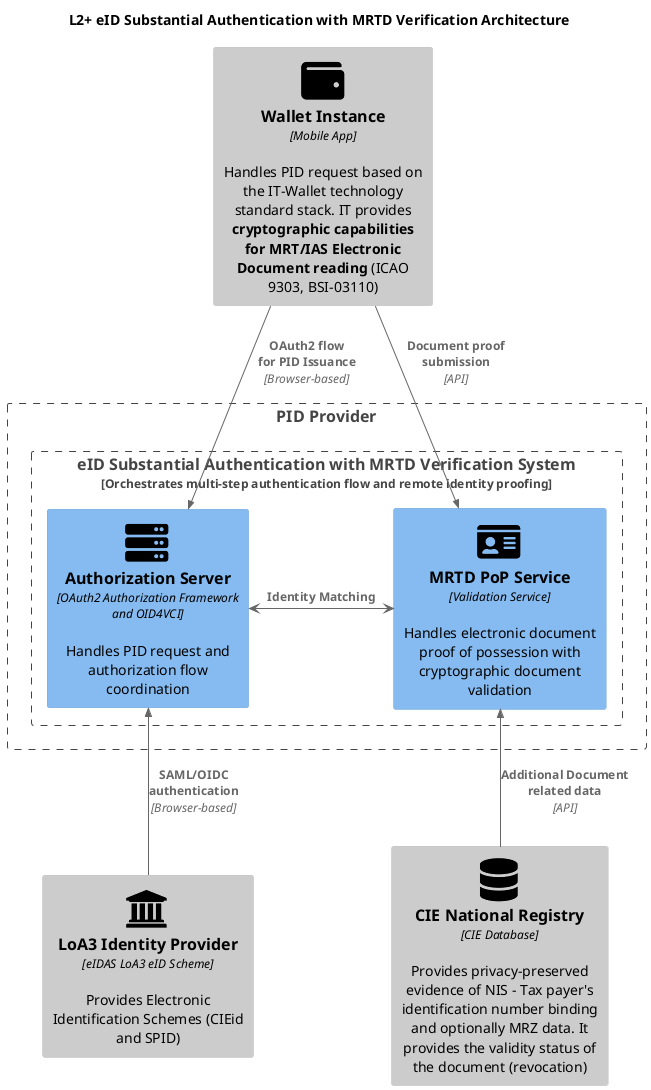
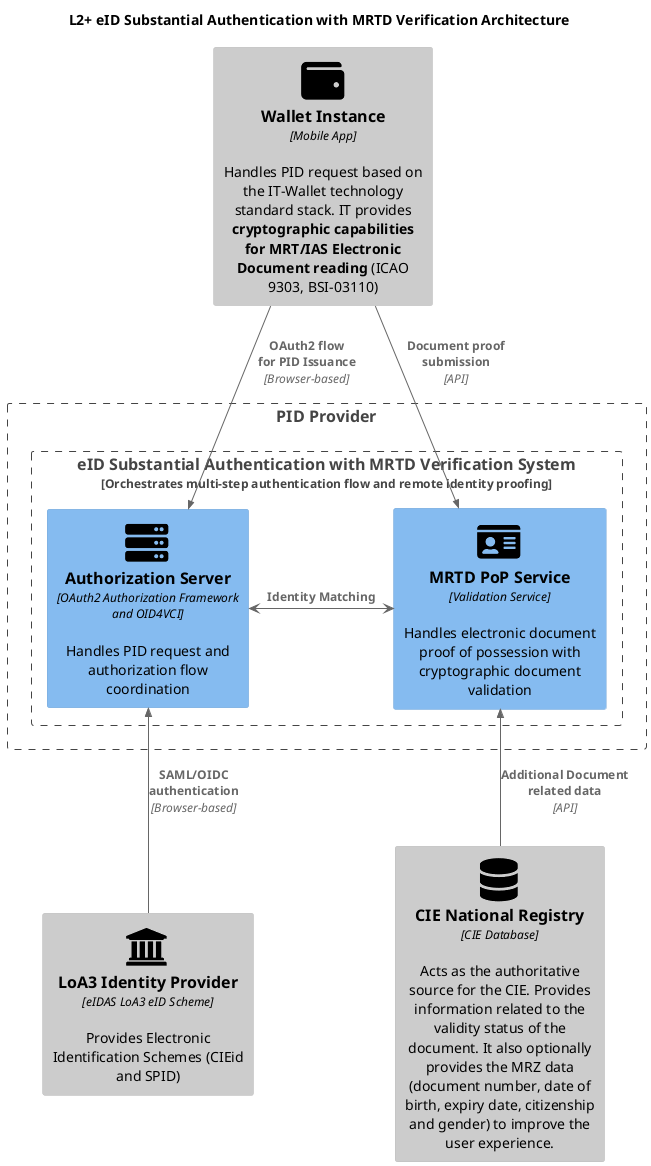
@startuml L2+ Multi-Step Authorization Architecture
'!theme cerulean-outline
!include <C4/C4_Component>
HIDE_STEREOTYPE()
'LAYOUT_WITH_LEGEND()

' Define SPRITES
!include <tupadr3/common>
!include <tupadr3/font-awesome-5/database>
!include <tupadr3/font-awesome-5/server>
!include <tupadr3/font-awesome-5/id_card>
!include <tupadr3/font-awesome-5/wallet>
!include <tupadr3/font-awesome/institution>

title L2+ eID Substantial Authentication with MRTD Verification Architecture

Component_Ext(wallet, "Wallet Instance", "Mobile App", "Handles PID request based on the IT-Wallet technology standard stack. IT provides **cryptographic capabilities for MRT/IAS Electronic Document reading** (ICAO 9303, BSI-03110)",$sprite="wallet")

Boundary(issuer, "PID Provider") {
    Boundary(multi_step_authz, "eID Substantial Authentication with MRTD Verification System", "Orchestrates multi-step authentication flow and remote identity proofing") {
        Component(pid_authz_server, "Authorization Server", "OAuth2 Authorization Framework and OID4VCI", "Handles PID request and authorization flow coordination",$sprite="server")
        Component(doc_pop_service, "MRTD PoP Service", "Validation Service", "Handles electronic document proof of possession with cryptographic document validation",$sprite="id_card")
    }
}

Component_Ext(loa3_idp, "LoA3 Identity Provider", "eIDAS LoA3 eID Scheme", "Provides Electronic Identification Schemes (CIEid and SPID)",$sprite="institution")

- Component_Ext(cie_registry, "CIE National Registry", "CIE Database", "Provides privacy-preserved evidence of NIS - Tax payer's identification number binding and optionally MRZ data. It provides the validity status of the document (revocation)",$sprite="database")
+ Component_Ext(cie_registry, "CIE National Registry", "CIE Database", "Acts as the authoritative source for the CIE. Provides information related to the validity status of the document. It also optionally provides the MRZ data (document number, date of birth, expiry date, citizenship and gender) to improve the user experience.",$sprite="database")

Rel(wallet, pid_authz_server, "OAuth2 flow \nfor PID Issuance", "Browser-based")

Rel(wallet, doc_pop_service, "Document proof submission", "API")

pid_authz_server <-> doc_pop_service : "**Identity Matching**"

Rel_Back(pid_authz_server, loa3_idp, "SAML/OIDC authentication", "Browser-based")

Rel_Back(doc_pop_service, cie_registry, "Additional Document related data", "API")
@enduml